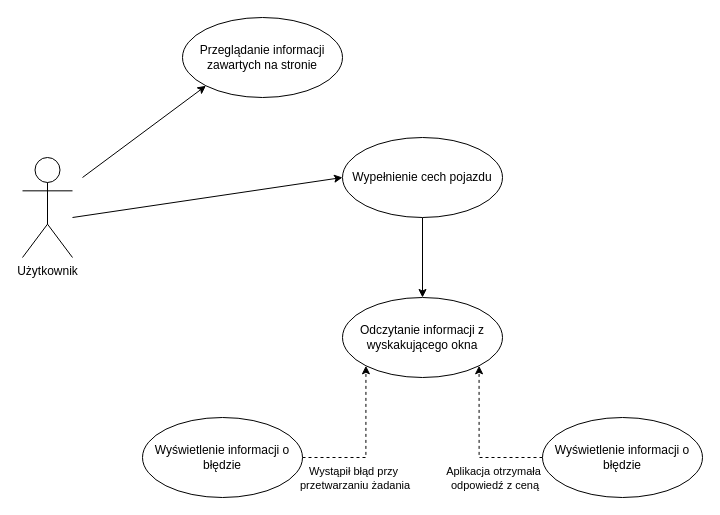
This is report/diagrams/use_case_diagram.drawio from gszp1/BigData-Project, a draw.io file, before an edit. Source tidied: cells renumbered, new cells numbered last; positions are measured from the earlier drawing's top-left corner, leaving out a move shared by most shapes. Both pictures are drawn from the tidied source at 100%, with x=0, y=0 at pixel (22, 17).
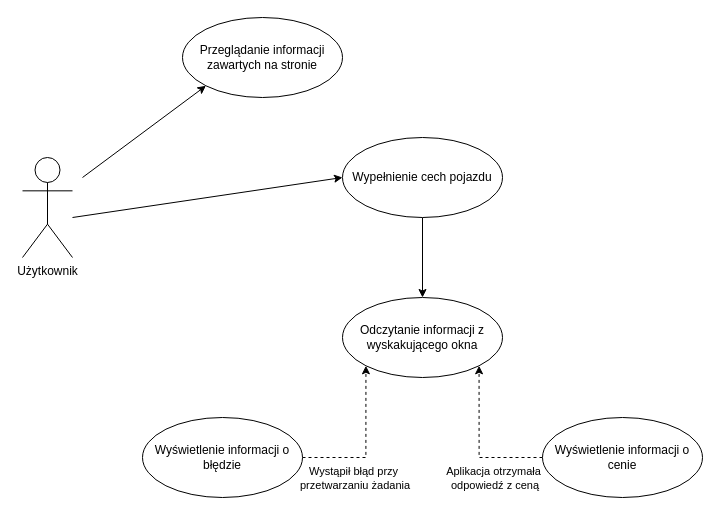
Above is the later version.

Commit message (it also covers changes not shown here):
Fixes use case diagram.

Diff of the diagram source:
```diff
@@
 <mxGraphModel>
   <root>
     <mxCell id="0" />
     <mxCell id="1" parent="0" />
     <mxCell id="2" value="Użytkownik" style="shape=umlActor;verticalLabelPosition=bottom;verticalAlign=top;html=1;" parent="1" vertex="1">
       <mxGeometry y="140" width="50" height="100" as="geometry" />
     </mxCell>
     <mxCell id="3" value="Przeglądanie informacji zawartych na stronie" style="ellipse;whiteSpace=wrap;html=1;" parent="1" vertex="1">
       <mxGeometry x="160" width="160" height="80" as="geometry" />
     </mxCell>
     <mxCell id="4" style="endArrow=classic;html=1;rounded=0;entryX=0;entryY=1;entryDx=0;entryDy=0;" parent="1" edge="1" target="3">
       <mxGeometry relative="1" as="geometry">
         <mxPoint x="60" y="160" as="sourcePoint" />
       </mxGeometry>
     </mxCell>
     <mxCell id="5" style="edgeStyle=orthogonalEdgeStyle;rounded=0;jettySize=auto;html=1;entryX=0.5;entryY=0;entryDx=0;entryDy=0;" parent="1" edge="1" source="6" target="8">
       <mxGeometry relative="1" as="geometry" />
     </mxCell>
     <mxCell id="6" value="Wypełnienie cech pojazdu" style="ellipse;whiteSpace=wrap;html=1;" parent="1" vertex="1">
       <mxGeometry x="320" y="120" width="160" height="80" as="geometry" />
     </mxCell>
     <mxCell id="7" style="endArrow=classic;html=1;rounded=0;entryX=0;entryY=0.5;entryDx=0;entryDy=0;" parent="1" edge="1" target="6">
       <mxGeometry relative="1" as="geometry">
         <mxPoint x="50" y="200" as="sourcePoint" />
       </mxGeometry>
     </mxCell>
     <mxCell id="8" value="Odczytanie informacji z wyskakującego okna" style="ellipse;whiteSpace=wrap;html=1;" parent="1" vertex="1">
       <mxGeometry x="320" y="280" width="160" height="80" as="geometry" />
     </mxCell>
     <mxCell id="9" style="edgeStyle=orthogonalEdgeStyle;rounded=0;jettySize=auto;html=1;entryX=0;entryY=1;entryDx=0;entryDy=0;dashed=1;" parent="1" edge="1" source="11" target="8">
       <mxGeometry relative="1" as="geometry" />
     </mxCell>
     <mxCell id="10" value="Wystąpił błąd przy&lt;div&gt;&amp;nbsp;przetwarzaniu żadania&lt;/div&gt;" style="edgeLabel;html=1;align=center;verticalAlign=middle;" parent="9" vertex="1">
       <mxGeometry x="0.19" y="-3" relative="1" as="geometry">
         <mxPoint x="-16" y="49" as="offset" />
       </mxGeometry>
     </mxCell>
     <mxCell id="11" value="Wyświetlenie informacji o błędzie" style="ellipse;whiteSpace=wrap;html=1;" parent="1" vertex="1">
       <mxGeometry x="120" y="400" width="160" height="80" as="geometry" />
     </mxCell>
     <mxCell id="12" style="edgeStyle=orthogonalEdgeStyle;rounded=0;jettySize=auto;html=1;entryX=1;entryY=1;entryDx=0;entryDy=0;dashed=1;" parent="1" edge="1" source="14" target="8">
       <mxGeometry relative="1" as="geometry" />
     </mxCell>
     <mxCell id="13" value="Aplikacja otrzymała&lt;div&gt;&amp;nbsp;odpowiedź z ceną&lt;/div&gt;" style="edgeLabel;html=1;align=center;verticalAlign=middle;" parent="12" vertex="1">
       <mxGeometry x="-0.59" relative="1" as="geometry">
         <mxPoint x="-18" y="20" as="offset" />
       </mxGeometry>
     </mxCell>
-    <mxCell id="14" value="Wyświetlenie informacji o błędzie" style="ellipse;whiteSpace=wrap;html=1;" parent="1" vertex="1">
+    <mxCell id="14" value="Wyświetlenie informacji o cenie" style="ellipse;whiteSpace=wrap;html=1;" parent="1" vertex="1">
       <mxGeometry x="520" y="400" width="160" height="80" as="geometry" />
     </mxCell>
   </root>
 </mxGraphModel>
```
